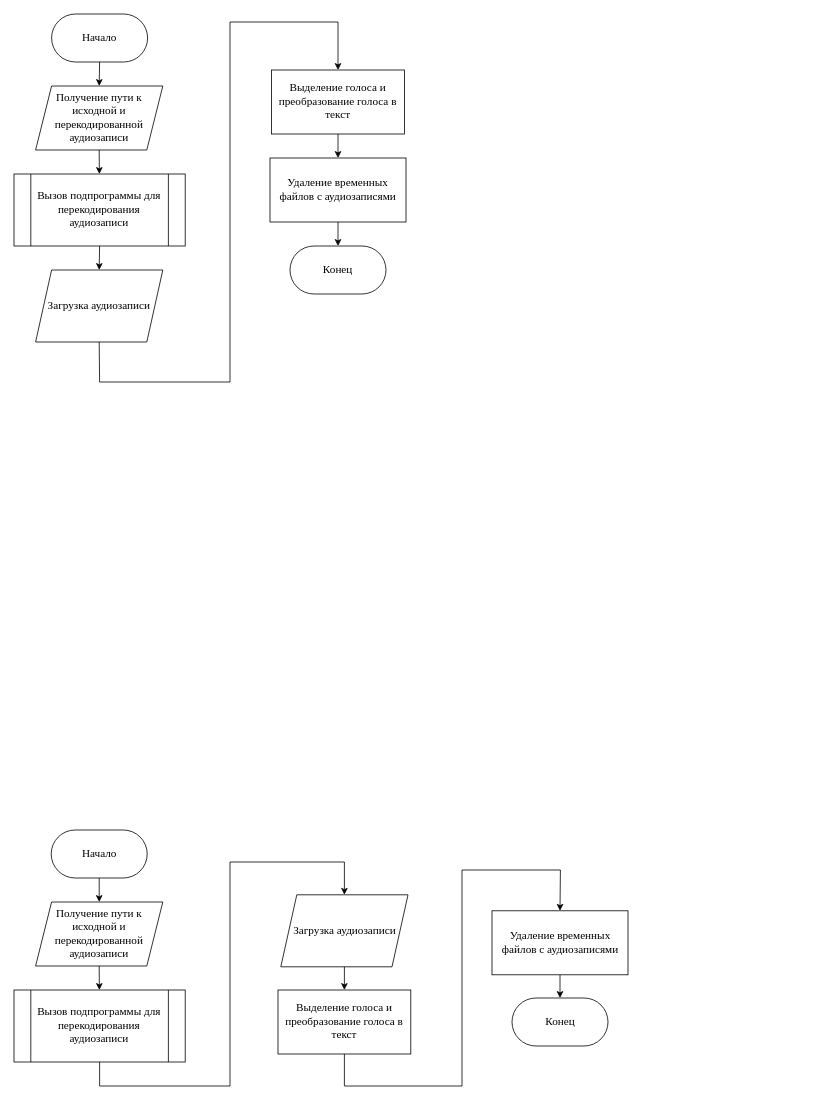
Earlier version of the draw.io diagram 1_course_master/НИР (2 семестр)/Блок-схема распознавателя речи.drawio (Alexxxander-Laptev/university_projects). Source tidied: cells renumbered, new cells numbered last; positions are measured from the earlier drawing's top-left corner, leaving out a move shared by most shapes. Both pictures are drawn from the tidied source at 80%, with x=0, y=0 at pixel (14, 14).
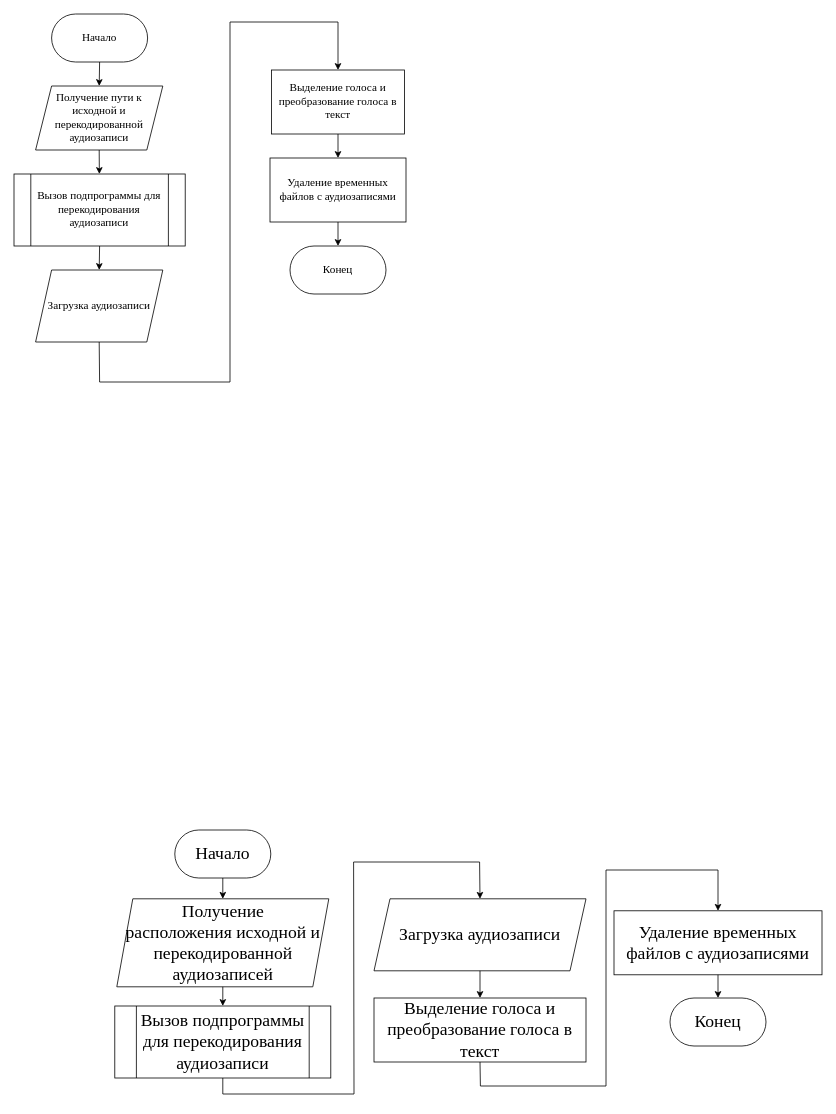
After the change.

Change to the diagram source:
```diff
@@
-    <mxCell id="15" value="&lt;font style=&quot;font-size: 14px;&quot; face=&quot;Times New Roman&quot;&gt;Вызов подпрограммы для перекодирования аудиозаписи&lt;/font&gt;" style="shape=process;whiteSpace=wrap;html=1;backgroundOutline=1;" parent="1" vertex="1">
-      <mxGeometry y="1220" width="214" height="90" as="geometry" />
+    <mxCell id="15" value="&lt;font&gt;Вызов подпрограммы для перекодирования аудиозаписи&lt;/font&gt;" style="shape=process;whiteSpace=wrap;html=1;backgroundOutline=1;fontFamily=Times New Roman;fontSize=22;" parent="1" vertex="1">
+      <mxGeometry x="126" y="1240" width="270" height="90" as="geometry" />
     </mxCell>
-    <mxCell id="16" value="&lt;font style=&quot;font-size: 14px;&quot; face=&quot;Times New Roman&quot;&gt;Начало&lt;/font&gt;" style="rounded=1;whiteSpace=wrap;html=1;arcSize=50;" parent="1" vertex="1">
-      <mxGeometry x="46.5" y="1020" width="120" height="60" as="geometry" />
+    <mxCell id="16" value="&lt;font&gt;Начало&lt;/font&gt;" style="rounded=1;whiteSpace=wrap;html=1;arcSize=50;fontFamily=Times New Roman;fontSize=22;" parent="1" vertex="1">
+      <mxGeometry x="201" y="1020" width="120" height="60" as="geometry" />
     </mxCell>
-    <mxCell id="17" value="&lt;font face=&quot;Times New Roman&quot; style=&quot;font-size: 14px;&quot;&gt;Конец&lt;/font&gt;" style="rounded=1;whiteSpace=wrap;html=1;arcSize=50;" parent="1" vertex="1">
-      <mxGeometry x="622.5" y="1230" width="120" height="60" as="geometry" />
+    <mxCell id="17" value="&lt;font&gt;Конец&lt;/font&gt;" style="rounded=1;whiteSpace=wrap;html=1;arcSize=50;fontFamily=Times New Roman;fontSize=22;" parent="1" vertex="1">
+      <mxGeometry x="820" y="1230" width="120" height="60" as="geometry" />
     </mxCell>
-    <mxCell id="18" value="&lt;font style=&quot;font-size: 14px;&quot; face=&quot;Times New Roman&quot;&gt;Получение пути к исходной и перекодированной аудиозаписи&lt;/font&gt;" style="shape=parallelogram;perimeter=parallelogramPerimeter;whiteSpace=wrap;html=1;fixedSize=1;" parent="1" vertex="1">
-      <mxGeometry x="27" y="1110" width="159" height="80" as="geometry" />
+    <mxCell id="18" value="&lt;font&gt;Получение расположения&amp;nbsp;&lt;/font&gt;&lt;span style=&quot;background-color: transparent; color: light-dark(rgb(0, 0, 0), rgb(255, 255, 255));&quot;&gt;исходной и перекодированной аудиозаписей&lt;/span&gt;" style="shape=parallelogram;perimeter=parallelogramPerimeter;whiteSpace=wrap;html=1;fixedSize=1;fontFamily=Times New Roman;fontSize=22;" parent="1" vertex="1">
+      <mxGeometry x="128.5" y="1106" width="265" height="110" as="geometry" />
     </mxCell>
-    <mxCell id="19" value="&lt;font style=&quot;font-size: 14px;&quot; face=&quot;Times New Roman&quot;&gt;Загрузка аудиозаписи&lt;/font&gt;" style="shape=parallelogram;perimeter=parallelogramPerimeter;whiteSpace=wrap;html=1;fixedSize=1;" parent="1" vertex="1">
-      <mxGeometry x="333.5" y="1101" width="159" height="90" as="geometry" />
+    <mxCell id="19" value="&lt;font&gt;Загрузка аудиозаписи&lt;/font&gt;" style="shape=parallelogram;perimeter=parallelogramPerimeter;whiteSpace=wrap;html=1;fixedSize=1;fontFamily=Times New Roman;fontSize=22;" parent="1" vertex="1">
+      <mxGeometry x="450" y="1106" width="265" height="90" as="geometry" />
     </mxCell>
-    <mxCell id="20" value="&lt;font face=&quot;Times New Roman&quot; style=&quot;font-size: 14px;&quot;&gt;Выделение голоса и преобразование голоса в текст&lt;/font&gt;" style="rounded=0;whiteSpace=wrap;html=1;" parent="1" vertex="1">
-      <mxGeometry x="330" y="1220" width="166" height="80" as="geometry" />
+    <mxCell id="20" value="&lt;font&gt;Выделение голоса и преобразование голоса в текст&lt;/font&gt;" style="rounded=0;whiteSpace=wrap;html=1;fontFamily=Times New Roman;fontSize=22;" parent="1" vertex="1">
+      <mxGeometry x="450" y="1230" width="265" height="80" as="geometry" />
     </mxCell>
-    <mxCell id="21" value="&lt;font style=&quot;font-size: 14px;&quot; face=&quot;Times New Roman&quot;&gt;Удаление временных файлов с аудиозаписями&lt;/font&gt;" style="rounded=0;whiteSpace=wrap;html=1;" parent="1" vertex="1">
-      <mxGeometry x="597.5" y="1121" width="170" height="80" as="geometry" />
+    <mxCell id="21" value="&lt;font&gt;Удаление временных файлов с аудиозаписями&lt;/font&gt;" style="rounded=0;whiteSpace=wrap;html=1;fontFamily=Times New Roman;fontSize=22;" parent="1" vertex="1">
+      <mxGeometry x="750" y="1121" width="260" height="80" as="geometry" />
     </mxCell>
-    <mxCell id="22" style="endArrow=classic;html=1;rounded=0;exitX=0.5;exitY=1;exitDx=0;exitDy=0;entryX=0.5;entryY=0;entryDx=0;entryDy=0;" parent="1" edge="1" source="16" target="18">
+    <mxCell id="22" style="endArrow=classic;html=1;rounded=0;exitX=0.5;exitY=1;exitDx=0;exitDy=0;entryX=0.5;entryY=0;entryDx=0;entryDy=0;fontFamily=Times New Roman;fontSize=22;" parent="1" edge="1" source="16" target="18">
       <mxGeometry relative="1" as="geometry" />
     </mxCell>
-    <mxCell id="23" style="endArrow=classic;html=1;rounded=0;exitX=0.5;exitY=1;exitDx=0;exitDy=0;" parent="1" edge="1" source="18" target="15">
+    <mxCell id="23" style="endArrow=classic;html=1;rounded=0;exitX=0.5;exitY=1;exitDx=0;exitDy=0;fontFamily=Times New Roman;fontSize=22;" parent="1" edge="1" source="18" target="15">
       <mxGeometry relative="1" as="geometry" />
     </mxCell>
-    <mxCell id="24" style="endArrow=classic;html=1;rounded=0;exitX=0.5;exitY=1;exitDx=0;exitDy=0;entryX=0.5;entryY=0;entryDx=0;entryDy=0;" parent="1" edge="1" source="21" target="17">
+    <mxCell id="24" style="endArrow=classic;html=1;rounded=0;exitX=0.5;exitY=1;exitDx=0;exitDy=0;entryX=0.5;entryY=0;entryDx=0;entryDy=0;fontFamily=Times New Roman;fontSize=22;" parent="1" edge="1" source="21" target="17">
       <mxGeometry relative="1" as="geometry" />
     </mxCell>
-    <mxCell id="25" style="endArrow=classic;html=1;rounded=0;exitX=0.5;exitY=1;exitDx=0;exitDy=0;entryX=0.5;entryY=0;entryDx=0;entryDy=0;" parent="1" edge="1" source="15" target="19">
+    <mxCell id="25" style="endArrow=classic;html=1;rounded=0;exitX=0.5;exitY=1;exitDx=0;exitDy=0;entryX=0.5;entryY=0;entryDx=0;entryDy=0;fontFamily=Times New Roman;fontSize=22;" parent="1" edge="1" source="15" target="19">
       <mxGeometry relative="1" as="geometry">
         <Array as="points">
-          <mxPoint x="107" y="1340" />
-          <mxPoint x="270" y="1340" />
-          <mxPoint x="270" y="1060" />
-          <mxPoint x="413" y="1060" />
+          <mxPoint x="261" y="1350" />
+          <mxPoint x="425" y="1350" />
+          <mxPoint x="424.5" y="1060" />
+          <mxPoint x="582" y="1060" />
         </Array>
       </mxGeometry>
     </mxCell>
-    <mxCell id="26" style="endArrow=classic;html=1;rounded=0;exitX=0.5;exitY=1;exitDx=0;exitDy=0;entryX=0.5;entryY=0;entryDx=0;entryDy=0;" parent="1" edge="1" source="20" target="21">
+    <mxCell id="26" style="endArrow=classic;html=1;rounded=0;exitX=0.5;exitY=1;exitDx=0;exitDy=0;entryX=0.5;entryY=0;entryDx=0;entryDy=0;fontFamily=Times New Roman;fontSize=22;" parent="1" edge="1" source="20" target="21">
       <mxGeometry relative="1" as="geometry">
         <Array as="points">
-          <mxPoint x="413" y="1340" />
-          <mxPoint x="560" y="1340" />
-          <mxPoint x="560" y="1070" />
-          <mxPoint x="683" y="1070" />
+          <mxPoint x="583" y="1340" />
+          <mxPoint x="740" y="1340" />
+          <mxPoint x="740" y="1070" />
+          <mxPoint x="880" y="1070" />
         </Array>
       </mxGeometry>
     </mxCell>
-    <mxCell id="27" style="endArrow=classic;html=1;rounded=0;exitX=0.5;exitY=1;exitDx=0;exitDy=0;entryX=0.5;entryY=0;entryDx=0;entryDy=0;" parent="1" edge="1" source="19" target="20">
+    <mxCell id="27" style="endArrow=classic;html=1;rounded=0;exitX=0.5;exitY=1;exitDx=0;exitDy=0;entryX=0.5;entryY=0;entryDx=0;entryDy=0;fontFamily=Times New Roman;fontSize=22;" parent="1" edge="1" source="19" target="20">
       <mxGeometry relative="1" as="geometry" />
     </mxCell>
```
